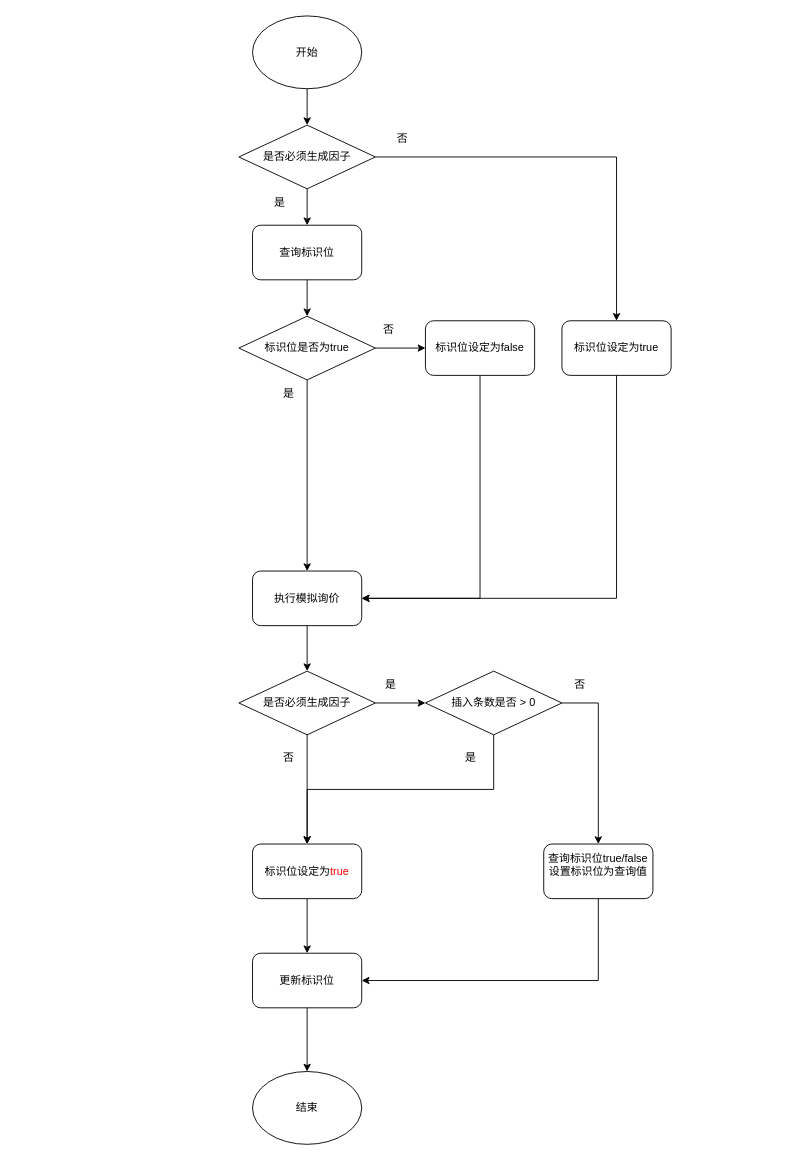
Before: 组网标识位设定流程 的副本.drawio in heyrry/hello, a draw.io diagram. Source tidied: cells renumbered, new cells numbered last; positions are measured from the earlier drawing's top-left corner, leaving out a move shared by most shapes. Both pictures are drawn from the tidied source at 91%, with x=0, y=0 at pixel (238, 15).
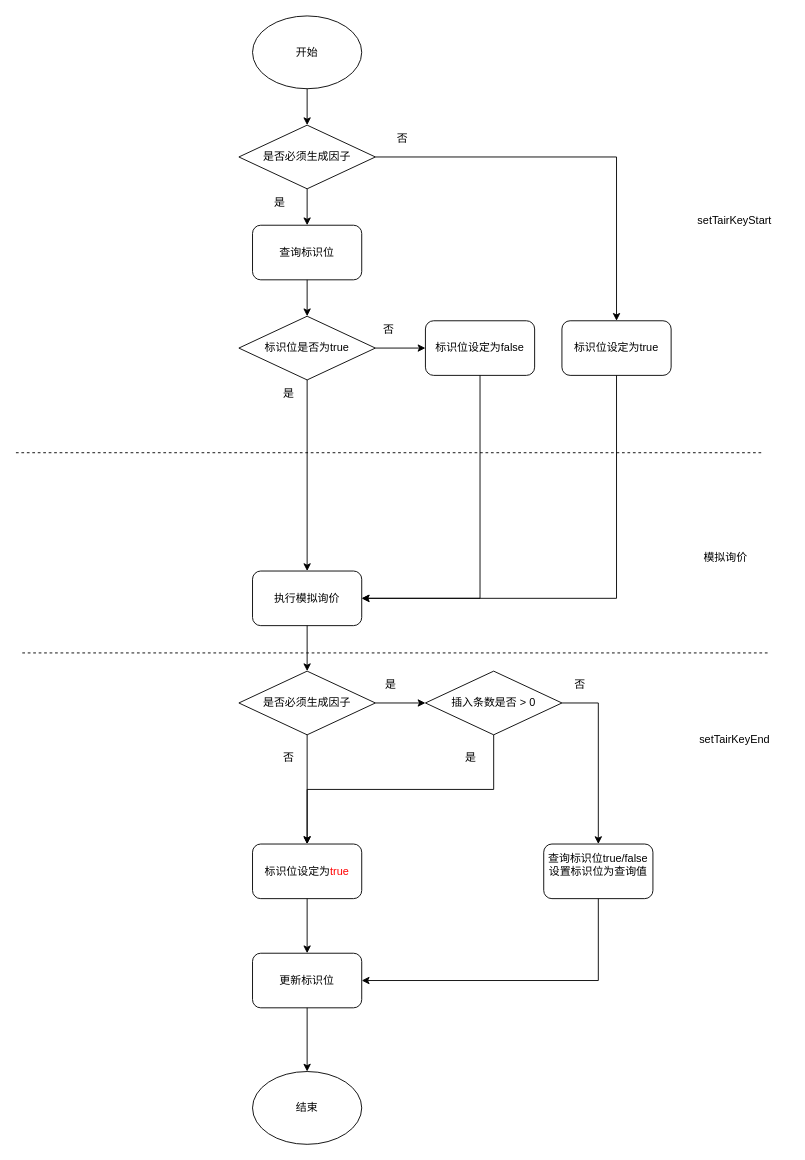
The same page after the edit.

Commit message:
更新组网标识位设定流程 的副本.drawio

The edit, as a diff of the source:
```diff
@@
+    <mxCell id="39" style="endArrow=none;dashed=1;html=1;rounded=0;" parent="1" edge="1">
+      <mxGeometry relative="1" as="geometry">
+        <mxPoint x="-245" y="480" as="sourcePoint" />
+        <mxPoint x="575" y="480" as="targetPoint" />
+      </mxGeometry>
+    </mxCell>
+    <mxCell id="40" style="endArrow=none;dashed=1;html=1;rounded=0;" parent="1" edge="1">
+      <mxGeometry relative="1" as="geometry">
+        <mxPoint x="-238" y="700" as="sourcePoint" />
+        <mxPoint x="582" y="700" as="targetPoint" />
+      </mxGeometry>
+    </mxCell>
+    <mxCell id="41" value="setTairKeyStart" style="text;html=1;align=center;verticalAlign=middle;whiteSpace=wrap;rounded=0;" parent="1" vertex="1">
+      <mxGeometry x="485" y="210" width="120" height="30" as="geometry" />
+    </mxCell>
+    <mxCell id="42" value="模拟询价" style="text;html=1;align=center;verticalAlign=middle;whiteSpace=wrap;rounded=0;" parent="1" vertex="1">
+      <mxGeometry x="475" y="580" width="120" height="30" as="geometry" />
+    </mxCell>
+    <mxCell id="43" value="setTairKeyEnd" style="text;html=1;align=center;verticalAlign=middle;whiteSpace=wrap;rounded=0;" parent="1" vertex="1">
+      <mxGeometry x="485" y="780" width="120" height="30" as="geometry" />
+    </mxCell>
```
